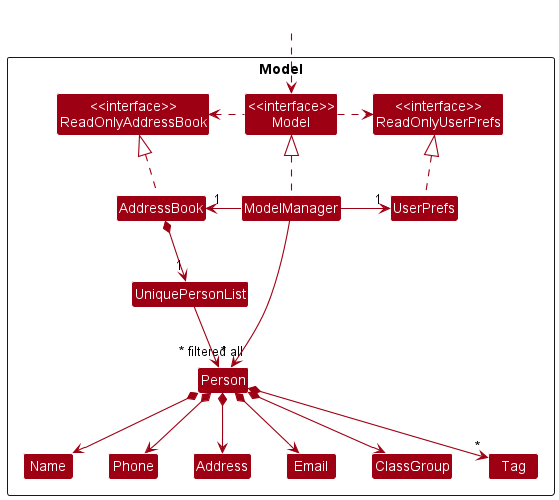
Earlier version of the PlantUML export docs/images/ModelClassDiagram.png (nus-cs2103-AY2223S1/tp).
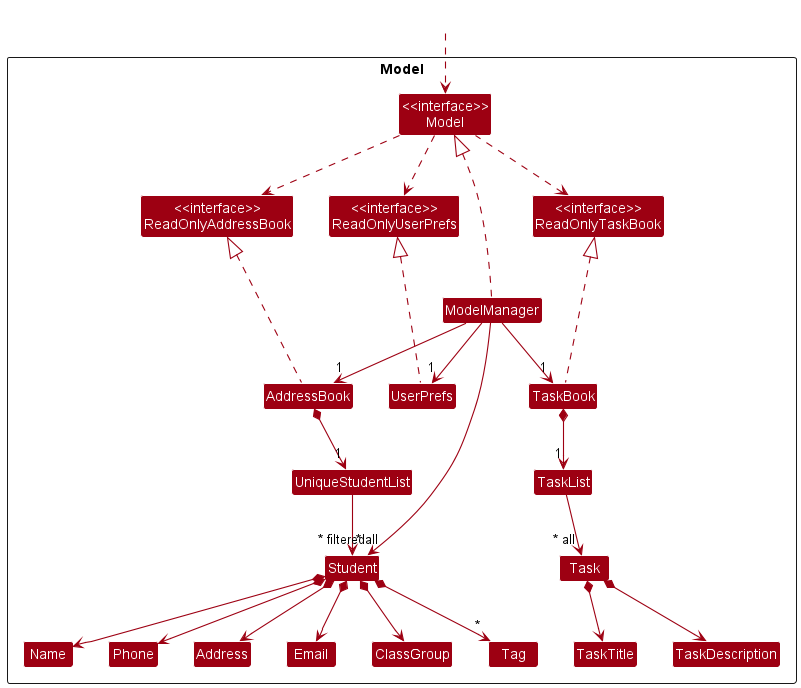
After the change.

Commit message:
Update DG class diagrams

The edit, as a diff of the source:
```diff
@@ -6,14 +6,16 @@
 
 Package Model <<Rectangle>>{
 Class "<<interface>>\nReadOnlyAddressBook" as ReadOnlyAddressBook
+Class "<<interface>>\nReadOnlyTaskBook" as ReadOnlyTaskBook
 Class "<<interface>>\nReadOnlyUserPrefs" as ReadOnlyUserPrefs
 Class "<<interface>>\nModel" as Model
 Class AddressBook
+Class TaskBook
 Class ModelManager
 Class UserPrefs
 
-Class UniquePersonList
-Class Person
+Class UniqueStudentList
+Class Student
 Class Address
 Class Email
 Class ClassGroup
@@ -21,32 +23,57 @@
 Class Phone
 Class Tag
 
+Class Task
+Class TaskTitle
+Class TaskDescription
+Class TaskList
 }
 
 Class HiddenOutside #FFFFFF
 HiddenOutside ..> Model
 
 AddressBook .up.|> ReadOnlyAddressBook
+TaskBook .up.|> ReadOnlyTaskBook
 
-ModelManager .up.|> Model
-Model .right.> ReadOnlyUserPrefs
-Model .left.> ReadOnlyAddressBook
-ModelManager -left-> "1" AddressBook
+ModelManager .up..|> Model
+Model .down.> ReadOnlyUserPrefs
+Model .right> ReadOnlyAddressBook
+Model .left.> ReadOnlyTaskBook
+ModelManager --> "1" AddressBook
 ModelManager -right-> "1" UserPrefs
+ModelManager --> "1" TaskBook
 UserPrefs .up.|> ReadOnlyUserPrefs
 
-AddressBook *--> "1" UniquePersonList
-UniquePersonList --> "~* all" Person
-Person *--> Name
-Person *--> Phone
-Person *--> Email
-Person *--> ClassGroup
-Person *--> Address
-Person *--> "*" Tag
+AddressBook *--> "1" UniqueStudentList
+UniqueStudentList --> "~* all" Student
+Student *--> Name
+Student *--> Phone
+Student *--> Email
+Student *--> ClassGroup
+Student *--> Address
+Student *--> "*" Tag
+
+TaskBook *--> "1" TaskList
+TaskList --> "~* all" Task
+Task *--> TaskTitle
+Task *--> TaskDescription
+
+ReadOnlyAddressBook -[hidden]right> ReadOnlyUserPrefs
+ReadOnlyUserPrefs -[hidden]right-> ReadOnlyTaskBook
+
+AddressBook -[hidden]right> UserPrefs
+UserPrefs -[hidden]right-> TaskBook
 
 Name -[hidden]right-> Phone
-Phone -[hidden]right-> Address
 Address -[hidden]right-> Email
+Email -[hidden]right-> ClassGroup
+ClassGroup -[hidden]right-> Tag
 
-ModelManager -->"~* filtered" Person
+TaskTitle -[hidden]right-> TaskDescription
+
+TaskList -[hidden]right-> UniqueStudentList
+Task -[hidden]right-> Student
+TaskDescription -[hidden]right-> Name
+
+ModelManager -->"~* filtered" Student
 @enduml
```
